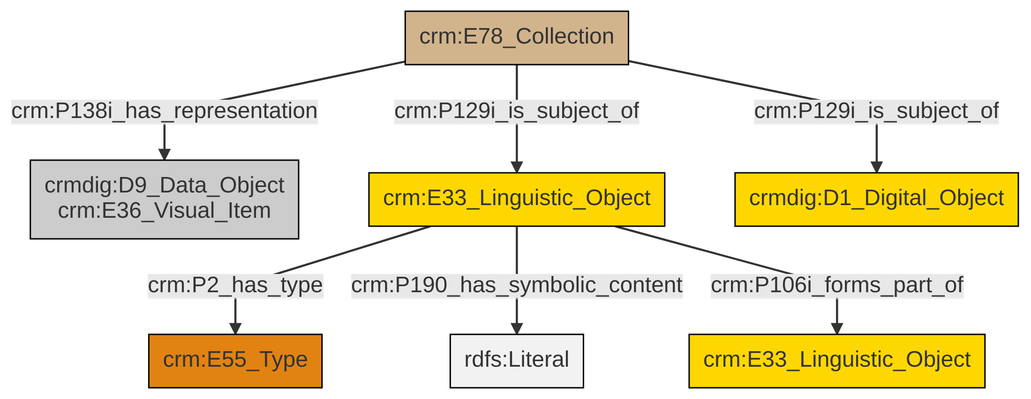
This is et/archivalCSV/ttl/mmd/png/archival_docs.png from swiss-art-research-net/docs.swissartresearch, a Mermaid export, as it was before one commit. Its source is kept beside it as et/archivalCSV/ttl/mmd/archival_docs.ttl.mmd.
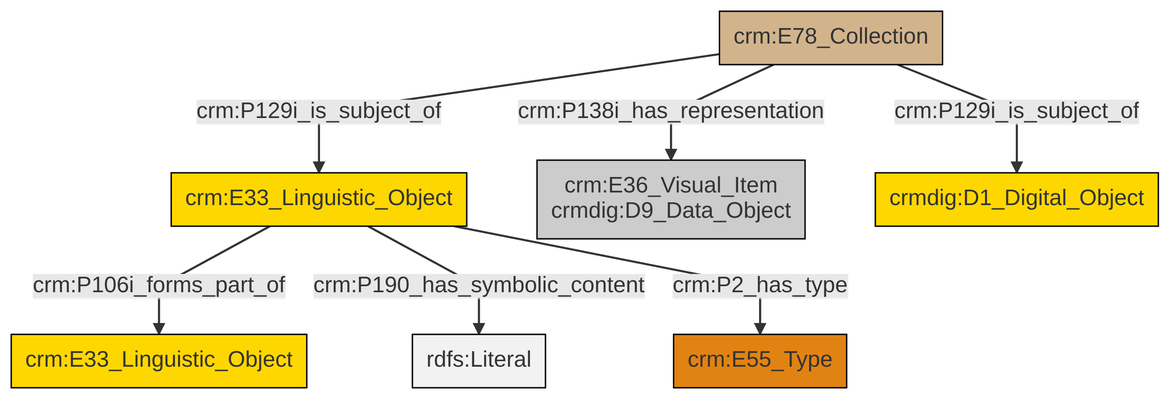
After the commit.

Change to the diagram source:
```diff
@@ -13,9 +13,9 @@
 classDef PC_Classes fill:#4ce600, stroke:#000000;
 classDef Multi fill:#cccccc,stroke:#000000;
 
-6["crm:E33_Linguistic_Object"]:::Conceptual_Object -->|crm:P2_has_type| 2["crm:E55_Type"]:::Type
-4["crm:E78_Collection"]:::Physical_Thing -->|crm:P129i_is_subject_of| 6["crm:E33_Linguistic_Object"]:::Conceptual_Object
-6["crm:E33_Linguistic_Object"]:::Conceptual_Object -->|crm:P190_has_symbolic_content| 11[rdfs:Literal]:::Literal
-4["crm:E78_Collection"]:::Physical_Thing -->|crm:P138i_has_representation| 0["crmdig:D9_Data_Object<br>crm:E36_Visual_Item"]:::Multi
-6["crm:E33_Linguistic_Object"]:::Conceptual_Object -->|crm:P106i_forms_part_of| 8["crm:E33_Linguistic_Object"]:::Conceptual_Object
-4["crm:E78_Collection"]:::Physical_Thing -->|crm:P129i_is_subject_of| 12["crmdig:D1_Digital_Object"]:::Conceptual_Object
+2["crm:E78_Collection"]:::Physical_Thing -->|crm:P129i_is_subject_of| 3["crm:E33_Linguistic_Object"]:::Conceptual_Object
+2["crm:E78_Collection"]:::Physical_Thing -->|crm:P138i_has_representation| 4["crm:E36_Visual_Item<br>crmdig:D9_Data_Object"]:::Multi
+3["crm:E33_Linguistic_Object"]:::Conceptual_Object -->|crm:P106i_forms_part_of| 5["crm:E33_Linguistic_Object"]:::Conceptual_Object
+3["crm:E33_Linguistic_Object"]:::Conceptual_Object -->|crm:P190_has_symbolic_content| 6[rdfs:Literal]:::Literal
+2["crm:E78_Collection"]:::Physical_Thing -->|crm:P129i_is_subject_of| 7["crmdig:D1_Digital_Object"]:::Conceptual_Object
+3["crm:E33_Linguistic_Object"]:::Conceptual_Object -->|crm:P2_has_type| 0["crm:E55_Type"]:::Type
```
